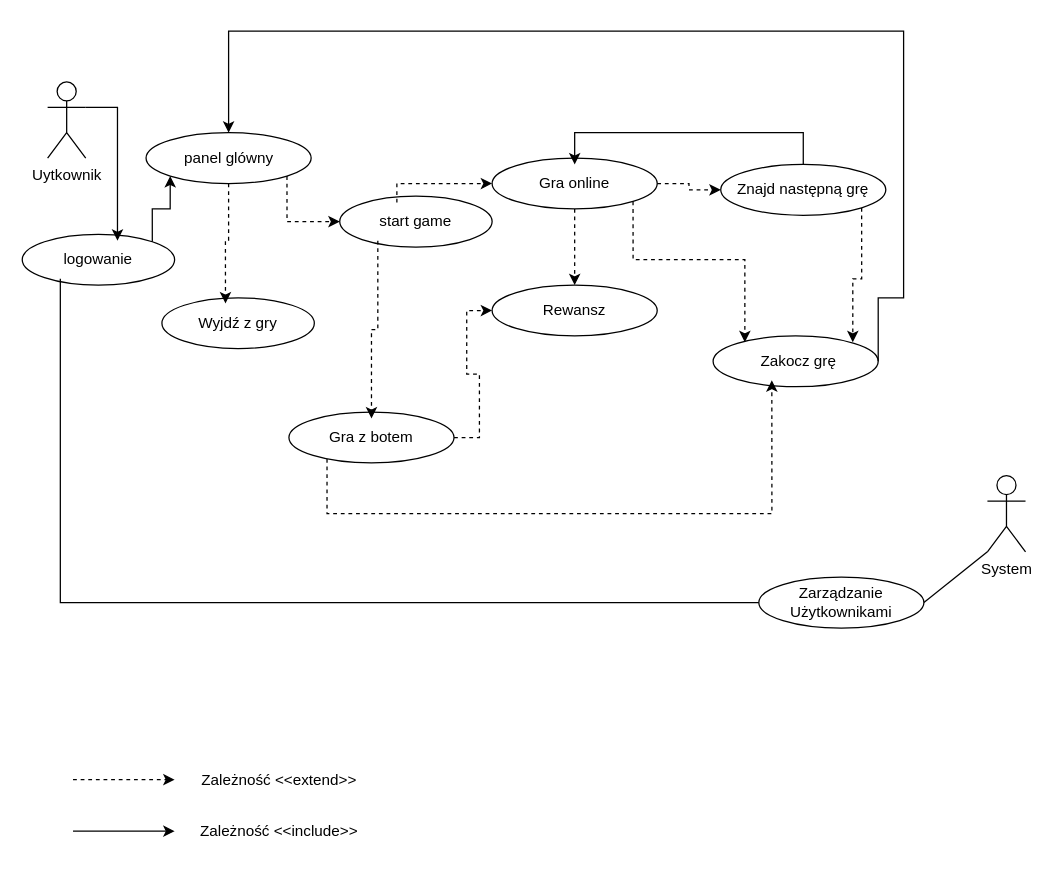
The draw.io diagram diagramy/przypadki uzycia/Diagram1.drawio in vovka-star/1234, before the edit. Source tidied: cells renumbered, new cells numbered last; positions are measured from the earlier drawing's top-left corner, leaving out a move shared by most shapes. Both pictures are drawn from the tidied source at 127%, with x=0, y=0 at pixel (22, 30).
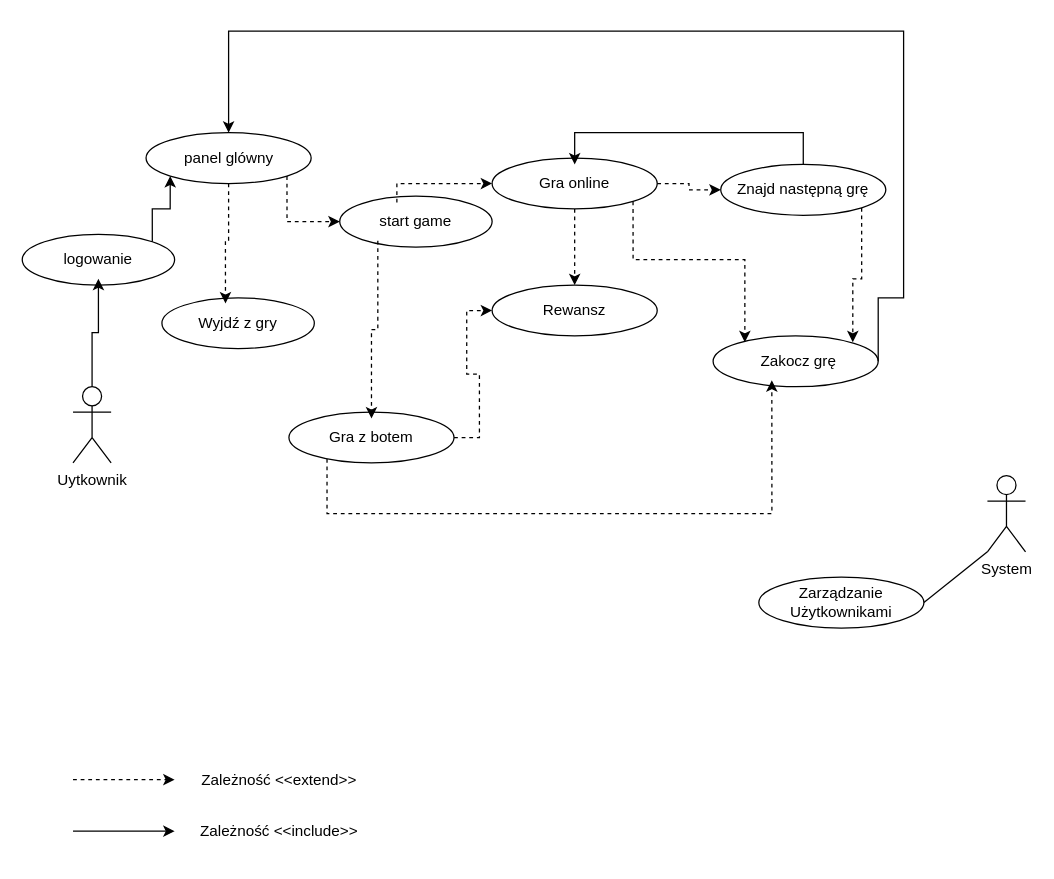
Above is the later version.

Commit message:
Diagrama przypadkow update 2

The change refers to these unchanged cells:
```xml
<mxCell id="5" value="logowanie" style="text;html=1;whiteSpace=wrap;strokeColor=none;fillColor=none;align=center;verticalAlign=middle;rounded=0;" parent="3" vertex="1">
  <mxGeometry x="30" y="5" width="60" height="30" as="geometry" />
</mxCell>
<mxCell id="23" value="Zarządzanie Użytkownikami" style="ellipse;whiteSpace=wrap;html=1;shapeInside=1;strokeColor=default;align=center;verticalAlign=middle;fontFamily=Helvetica;fontSize=12;fontColor=default;fillColor=default;" parent="1" vertex="1">
  <mxGeometry x="580" y="430" width="130" height="40" as="geometry" />
</mxCell>
```

Diff of the diagram source:
```diff
@@
-    <mxCell id="17" style="edgeStyle=orthogonalEdgeStyle;rounded=0;jettySize=auto;html=1;exitX=1;exitY=0.3333333333333333;exitDx=0;exitDy=0;exitPerimeter=0;entryX=0.75;entryY=0;entryDx=0;entryDy=0;fontFamily=Helvetica;fontSize=12;fontColor=default;" parent="1" edge="1" source="18" target="5">
+    <mxCell id="17" style="edgeStyle=orthogonalEdgeStyle;rounded=0;jettySize=auto;html=1;exitX=0.5;exitY=0;exitDx=0;exitDy=0;exitPerimeter=0;entryX=0.5;entryY=1;entryDx=0;entryDy=0;fontFamily=Helvetica;fontSize=12;fontColor=default;" parent="1" edge="1" source="18" target="5">
       <mxGeometry relative="1" as="geometry" />
     </mxCell>
     <mxCell id="18" value="Uytkownik" style="shape=umlActor;verticalLabelPosition=bottom;verticalAlign=top;html=1;outlineConnect=0;" parent="1" vertex="1">
-      <mxGeometry x="20" y="40" width="30" height="60" as="geometry" />
+      <mxGeometry x="40" y="280" width="30" height="60" as="geometry" />
     </mxCell>
@@
-    <mxCell id="40" style="endArrow=none;html=1;rounded=0;fontFamily=Helvetica;fontSize=12;fontColor=default;entryX=0;entryY=1;entryDx=0;entryDy=0;exitX=0;exitY=0.5;exitDx=0;exitDy=0;" parent="1" edge="1" source="23" target="5">
-      <mxGeometry relative="1" as="geometry">
-        <Array as="points">
-          <mxPoint x="30" y="450" />
-        </Array>
-      </mxGeometry>
-    </mxCell>
```
